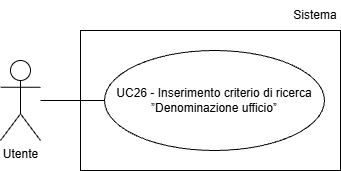
Before: assets/Use_Case_Diagrams/UC26.png, a diagram exported from draw.io (Team-Three-Technologies/Documenti). Source tidied: cells renumbered, new cells last; positions are measured from the earlier drawing's top-left corner, leaving out a move shared by most shapes.
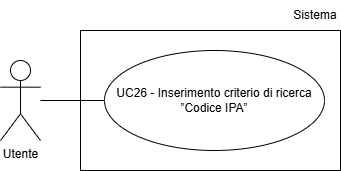
After the commit.

Change to the diagram source:
```diff
@@ -5,17 +5,17 @@
     <mxCell id="2" value="Utente" style="shape=umlActor;verticalLabelPosition=bottom;verticalAlign=top;html=1;" parent="1" vertex="1">
       <mxGeometry y="60" width="40" height="80" as="geometry" />
     </mxCell>
-    <mxCell id="3" value="UC26 - Inserimento criterio di ricerca ”Denominazione ufficio”" style="ellipse;whiteSpace=wrap;html=1;align=center;" parent="1" vertex="1">
-      <mxGeometry x="104" y="50" width="220" height="100" as="geometry" />
-    </mxCell>
-    <mxCell id="4" style="endArrow=none;html=1;rounded=0;entryX=0;entryY=0.5;entryDx=0;entryDy=0;" parent="1" edge="1" target="3">
-      <mxGeometry relative="1" as="geometry">
-        <mxPoint x="40" y="100" as="sourcePoint" />
-      </mxGeometry>
-    </mxCell>
-    <mxCell id="5" style="rounded=0;whiteSpace=wrap;html=1;fillColor=none;" parent="1" vertex="1">
-      <mxGeometry x="80" y="30" width="260" height="140" as="geometry" />
-    </mxCell>
+    <mxCell id="7" value="UC26 - Inserimento criterio di ricerca ”Codice IPA”" style="ellipse;whiteSpace=wrap;html=1;align=center;" parent="1" vertex="1">
+      <mxGeometry x="104" y="50" width="220" height="100" as="geometry" />
+    </mxCell>
+    <mxCell id="8" style="endArrow=none;html=1;rounded=0;entryX=0;entryY=0.5;entryDx=0;entryDy=0;" parent="1" edge="1" target="7">
+      <mxGeometry relative="1" as="geometry">
+        <mxPoint x="40" y="100" as="sourcePoint" />
+      </mxGeometry>
+    </mxCell>
+    <mxCell id="9" style="rounded=0;whiteSpace=wrap;html=1;fillColor=none;" parent="1" vertex="1">
+      <mxGeometry x="80" y="30" width="260" height="140" as="geometry" />
+    </mxCell>
     <mxCell id="6" value="Sistema" style="text;html=1;whiteSpace=wrap;strokeColor=none;fillColor=none;align=center;verticalAlign=middle;rounded=0;" parent="1" vertex="1">
       <mxGeometry x="290" width="50" height="30" as="geometry" />
     </mxCell>
```
